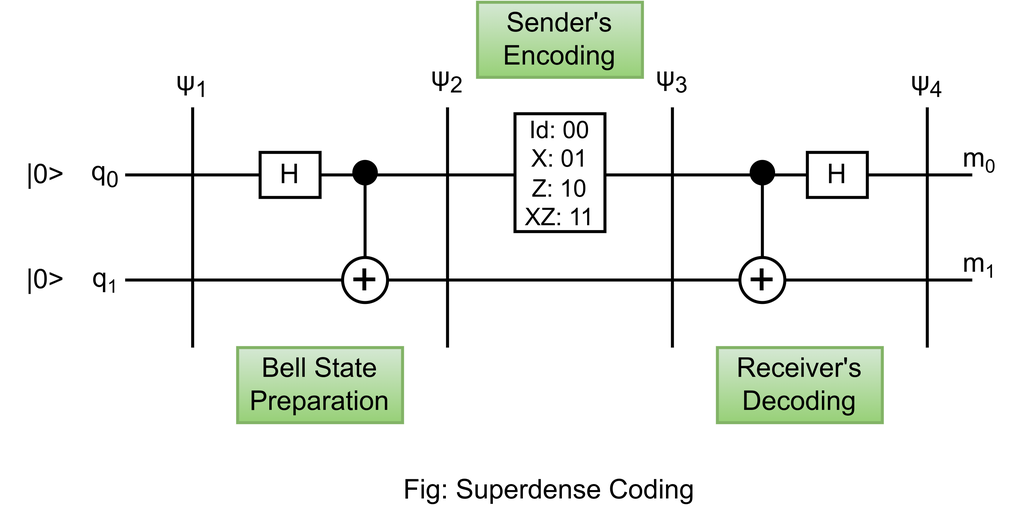
AsadullahGalib007/Quantum-Playground keeps this draw.io diagram as Figures/superdenseCoding.drawio.png. Above is the earlier version. Source tidied: cells renumbered, new cells last; positions are measured from the earlier drawing's top-left corner, leaving out a move shared by most shapes. Its diagram source:
```xml
<mxGraphModel>
  <root>
    <mxCell id="0" />
    <mxCell id="1" parent="0" />
    <mxCell id="2" style="line;strokeWidth=2;direction=south;html=1;shadow=0;" parent="1" vertex="1">
      <mxGeometry x="123" y="70" width="10" height="160" as="geometry" />
    </mxCell>
    <mxCell id="3" style="line;strokeWidth=2;direction=south;html=1;shadow=0;" parent="1" vertex="1">
      <mxGeometry x="293" y="70" width="10" height="160" as="geometry" />
    </mxCell>
    <mxCell id="4" style="line;strokeWidth=2;direction=south;html=1;shadow=0;" parent="1" vertex="1">
      <mxGeometry x="443" y="70" width="10" height="160" as="geometry" />
    </mxCell>
    <mxCell id="5" style="line;strokeWidth=2;direction=south;html=1;shadow=0;" parent="1" vertex="1">
      <mxGeometry x="613" y="70" width="10" height="160" as="geometry" />
    </mxCell>
    <mxCell id="6" style="line;strokeWidth=2;html=1;shadow=0;" parent="1" vertex="1">
      <mxGeometry x="83" y="110" width="565" height="10" as="geometry" />
    </mxCell>
    <mxCell id="7" style="line;strokeWidth=2;html=1;shadow=0;" parent="1" vertex="1">
      <mxGeometry x="83" y="180" width="565" height="10" as="geometry" />
    </mxCell>
    <mxCell id="8" value="&lt;font style=&quot;font-size: 18px;&quot;&gt;q&lt;sub&gt;0&lt;/sub&gt;&lt;/font&gt;" style="text;html=1;strokeColor=none;fillColor=none;align=center;verticalAlign=middle;whiteSpace=wrap;rounded=0;strokeWidth=2;shadow=0;" parent="1" vertex="1">
      <mxGeometry x="40" y="100" width="60" height="30" as="geometry" />
    </mxCell>
    <mxCell id="9" value="&lt;font style=&quot;font-size: 18px;&quot;&gt;q&lt;/font&gt;&lt;font style=&quot;font-size: 15px;&quot;&gt;&lt;sub&gt;1&lt;/sub&gt;&lt;/font&gt;" style="text;html=1;strokeColor=none;fillColor=none;align=center;verticalAlign=middle;whiteSpace=wrap;rounded=0;strokeWidth=2;shadow=0;" parent="1" vertex="1">
      <mxGeometry x="40" y="170" width="60" height="30" as="geometry" />
    </mxCell>
    <mxCell id="10" value="&lt;span style=&quot;font-size: 18px;&quot;&gt;|0&lt;/span&gt;&lt;font style=&quot;font-size: 18px;&quot;&gt;&amp;gt;&lt;/font&gt;" style="text;html=1;strokeColor=none;fillColor=none;align=center;verticalAlign=middle;whiteSpace=wrap;rounded=0;strokeWidth=2;shadow=0;" parent="1" vertex="1">
      <mxGeometry y="100" width="60" height="30" as="geometry" />
    </mxCell>
    <mxCell id="11" value="&lt;span style=&quot;font-size: 18px;&quot;&gt;|0&amp;gt;&lt;/span&gt;" style="text;html=1;strokeColor=none;fillColor=none;align=center;verticalAlign=middle;whiteSpace=wrap;rounded=0;strokeWidth=2;shadow=0;" parent="1" vertex="1">
      <mxGeometry y="170" width="60" height="30" as="geometry" />
    </mxCell>
    <mxCell id="12" value="&lt;font style=&quot;font-size: 18px;&quot;&gt;ψ&lt;sub&gt;1&lt;/sub&gt;&lt;/font&gt;" style="text;html=1;strokeColor=none;fillColor=none;align=center;verticalAlign=middle;whiteSpace=wrap;rounded=0;strokeWidth=2;shadow=0;" parent="1" vertex="1">
      <mxGeometry x="98" y="40" width="60" height="30" as="geometry" />
    </mxCell>
    <mxCell id="13" value="&lt;font style=&quot;font-size: 18px;&quot;&gt;ψ&lt;sub&gt;2&lt;/sub&gt;&lt;/font&gt;" style="text;html=1;strokeColor=none;fillColor=none;align=center;verticalAlign=middle;whiteSpace=wrap;rounded=0;strokeWidth=2;shadow=0;" parent="1" vertex="1">
      <mxGeometry x="268" y="37" width="60" height="30" as="geometry" />
    </mxCell>
    <mxCell id="14" value="&lt;font style=&quot;font-size: 18px;&quot;&gt;ψ&lt;sub&gt;3&lt;/sub&gt;&lt;/font&gt;" style="text;html=1;strokeColor=none;fillColor=none;align=center;verticalAlign=middle;whiteSpace=wrap;rounded=0;strokeWidth=2;shadow=0;" parent="1" vertex="1">
      <mxGeometry x="418" y="37" width="60" height="30" as="geometry" />
    </mxCell>
    <mxCell id="15" value="&lt;font style=&quot;font-size: 18px;&quot;&gt;ψ&lt;sub&gt;4&lt;/sub&gt;&lt;/font&gt;" style="text;html=1;strokeColor=none;fillColor=none;align=center;verticalAlign=middle;whiteSpace=wrap;rounded=0;strokeWidth=2;shadow=0;" parent="1" vertex="1">
      <mxGeometry x="588" y="40" width="60" height="30" as="geometry" />
    </mxCell>
    <mxCell id="16" value="&lt;span style=&quot;font-size: 18px;&quot;&gt;H&lt;/span&gt;" style="text;html=1;strokeColor=default;fillColor=white;align=center;verticalAlign=middle;whiteSpace=wrap;rounded=0;strokeWidth=2;shadow=0;" parent="1" vertex="1">
      <mxGeometry x="173" y="100" width="40" height="30" as="geometry" />
    </mxCell>
    <mxCell id="17" value="&lt;font style=&quot;font-size: 31px;&quot;&gt;+&lt;/font&gt;" style="ellipse;whiteSpace=wrap;html=1;strokeWidth=2;shadow=0;" parent="1" vertex="1">
      <mxGeometry x="228" y="170" width="30" height="30" as="geometry" />
    </mxCell>
    <mxCell id="18" style="rounded=0;jettySize=auto;html=1;exitX=0.5;exitY=1;exitDx=0;exitDy=0;entryX=0.5;entryY=0;entryDx=0;entryDy=0;endArrow=none;endFill=0;strokeWidth=2;shadow=0;" parent="1" edge="1" source="19" target="17">
      <mxGeometry relative="1" as="geometry" />
    </mxCell>
    <mxCell id="19" style="ellipse;whiteSpace=wrap;html=1;strokeWidth=2;shadow=0;fillColor=#000000;" parent="1" vertex="1">
      <mxGeometry x="235.5" y="106" width="15" height="15" as="geometry" />
    </mxCell>
    <mxCell id="20" value="&lt;font style=&quot;font-size: 16px;&quot;&gt;Id: 00&lt;br&gt;X: 01&lt;br&gt;Z: 10&lt;br&gt;XZ: 11&lt;/font&gt;" style="text;html=1;strokeColor=default;fillColor=white;align=center;verticalAlign=middle;whiteSpace=wrap;rounded=0;strokeWidth=2;shadow=0;" parent="1" vertex="1">
      <mxGeometry x="343" y="74.2" width="60" height="78.5" as="geometry" />
    </mxCell>
    <mxCell id="21" value="&lt;font style=&quot;font-size: 31px;&quot;&gt;+&lt;/font&gt;" style="ellipse;whiteSpace=wrap;html=1;strokeWidth=2;shadow=0;" parent="1" vertex="1">
      <mxGeometry x="493" y="170" width="30" height="30" as="geometry" />
    </mxCell>
    <mxCell id="22" style="rounded=0;jettySize=auto;html=1;exitX=0.5;exitY=1;exitDx=0;exitDy=0;entryX=0.5;entryY=0;entryDx=0;entryDy=0;endArrow=none;endFill=0;strokeWidth=2;shadow=0;" parent="1" edge="1" source="23" target="21">
      <mxGeometry relative="1" as="geometry" />
    </mxCell>
    <mxCell id="23" style="ellipse;whiteSpace=wrap;html=1;strokeWidth=2;shadow=0;fillColor=#000000;" parent="1" vertex="1">
      <mxGeometry x="500.5" y="106" width="15" height="15" as="geometry" />
    </mxCell>
    <mxCell id="24" value="&lt;span style=&quot;font-size: 18px;&quot;&gt;H&lt;/span&gt;" style="text;html=1;strokeColor=default;fillColor=white;align=center;verticalAlign=middle;whiteSpace=wrap;rounded=0;strokeWidth=2;shadow=0;" parent="1" vertex="1">
      <mxGeometry x="538" y="100" width="40" height="30" as="geometry" />
    </mxCell>
    <mxCell id="25" value="&lt;font style=&quot;font-size: 18px;&quot;&gt;m&lt;/font&gt;&lt;font style=&quot;font-size: 15px;&quot;&gt;&lt;sub&gt;1&lt;/sub&gt;&lt;/font&gt;" style="text;html=1;strokeColor=none;fillColor=none;align=center;verticalAlign=middle;whiteSpace=wrap;rounded=0;strokeWidth=2;shadow=0;" parent="1" vertex="1">
      <mxGeometry x="623" y="160" width="60" height="30" as="geometry" />
    </mxCell>
    <mxCell id="26" value="&lt;font style=&quot;font-size: 18px;&quot;&gt;m&lt;/font&gt;&lt;font style=&quot;font-size: 15px;&quot;&gt;&lt;sub&gt;0&lt;/sub&gt;&lt;/font&gt;" style="text;html=1;strokeColor=none;fillColor=none;align=center;verticalAlign=middle;whiteSpace=wrap;rounded=0;strokeWidth=2;shadow=0;" parent="1" vertex="1">
      <mxGeometry x="623" y="90" width="60" height="30" as="geometry" />
    </mxCell>
    <mxCell id="27" value="&lt;font style=&quot;font-size: 18px;&quot;&gt;Bell State Preparation&lt;/font&gt;" style="text;html=1;strokeColor=#82b366;fillColor=#d5e8d4;align=center;verticalAlign=middle;whiteSpace=wrap;rounded=0;strokeWidth=2;gradientColor=#97d077;" parent="1" vertex="1">
      <mxGeometry x="158" y="230" width="110" height="50" as="geometry" />
    </mxCell>
    <mxCell id="28" value="&lt;font style=&quot;font-size: 18px;&quot;&gt;Sender's&lt;br&gt;Encoding&lt;br&gt;&lt;/font&gt;" style="text;html=1;strokeColor=#82b366;fillColor=#d5e8d4;align=center;verticalAlign=middle;whiteSpace=wrap;rounded=0;strokeWidth=2;gradientColor=#97d077;" parent="1" vertex="1">
      <mxGeometry x="318" width="110" height="50" as="geometry" />
    </mxCell>
    <mxCell id="29" value="&lt;font style=&quot;font-size: 18px;&quot;&gt;Receiver's&lt;br&gt;Decoding&lt;br&gt;&lt;/font&gt;" style="text;html=1;strokeColor=#82b366;fillColor=#d5e8d4;align=center;verticalAlign=middle;whiteSpace=wrap;rounded=0;strokeWidth=2;gradientColor=#97d077;" parent="1" vertex="1">
      <mxGeometry x="478" y="230" width="110" height="50" as="geometry" />
    </mxCell>
    <mxCell id="30" value="&lt;font style=&quot;font-size: 18px;&quot;&gt;Fig: Superdense Coding&lt;/font&gt;" style="text;html=1;strokeColor=none;fillColor=none;align=center;verticalAlign=middle;whiteSpace=wrap;rounded=0;" parent="1" vertex="1">
      <mxGeometry x="260.5" y="310" width="210" height="30" as="geometry" />
    </mxCell>
  </root>
</mxGraphModel>
```
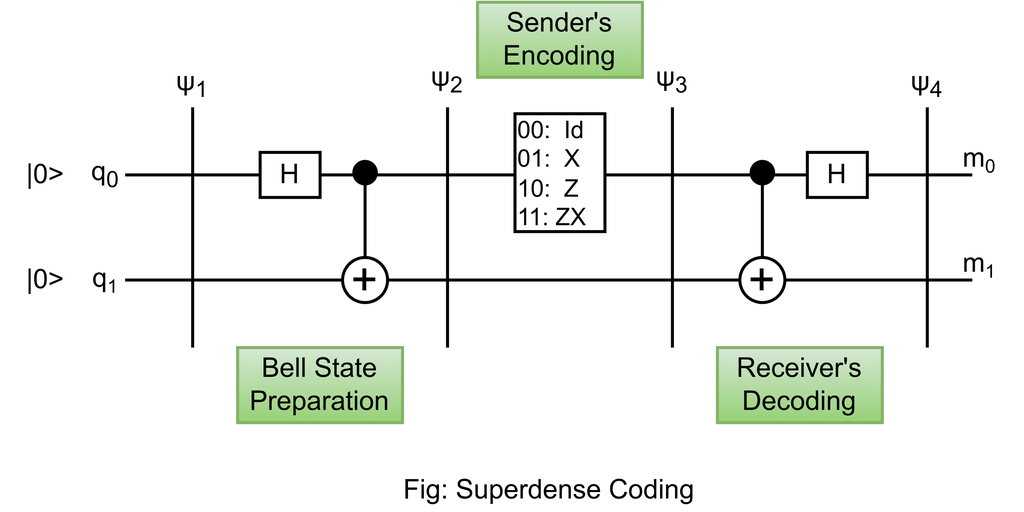
After the commit.

The edit, as a diff of the source:
```diff
@@ -56,7 +56,7 @@
     <mxCell id="19" style="ellipse;whiteSpace=wrap;html=1;strokeWidth=2;shadow=0;fillColor=#000000;" parent="1" vertex="1">
       <mxGeometry x="235.5" y="106" width="15" height="15" as="geometry" />
     </mxCell>
-    <mxCell id="20" value="&lt;font style=&quot;font-size: 16px;&quot;&gt;Id: 00&lt;br&gt;X: 01&lt;br&gt;Z: 10&lt;br&gt;XZ: 11&lt;/font&gt;" style="text;html=1;strokeColor=default;fillColor=white;align=center;verticalAlign=middle;whiteSpace=wrap;rounded=0;strokeWidth=2;shadow=0;" parent="1" vertex="1">
+    <mxCell id="20" value="&lt;div style=&quot;&quot;&gt;&lt;span style=&quot;font-size: 16px; background-color: initial;&quot;&gt;00:&amp;nbsp; Id &lt;/span&gt;&lt;span style=&quot;font-size: 16px; background-color: initial;&quot;&gt;01:&amp;nbsp; X&lt;/span&gt;&lt;/div&gt;&lt;div style=&quot;&quot;&gt;&lt;span style=&quot;font-size: 16px; background-color: initial;&quot;&gt;1&lt;/span&gt;&lt;span style=&quot;font-size: 16px; background-color: initial;&quot;&gt;0:&amp;nbsp; Z &lt;/span&gt;&lt;span style=&quot;font-size: 16px; background-color: initial;&quot;&gt;11: ZX&lt;/span&gt;&lt;/div&gt;" style="text;html=1;strokeColor=default;fillColor=white;align=left;verticalAlign=middle;whiteSpace=wrap;rounded=0;strokeWidth=2;shadow=0;" parent="1" vertex="1">
       <mxGeometry x="343" y="74.2" width="60" height="78.5" as="geometry" />
     </mxCell>
     <mxCell id="21" value="&lt;font style=&quot;font-size: 31px;&quot;&gt;+&lt;/font&gt;" style="ellipse;whiteSpace=wrap;html=1;strokeWidth=2;shadow=0;" parent="1" vertex="1">
```
